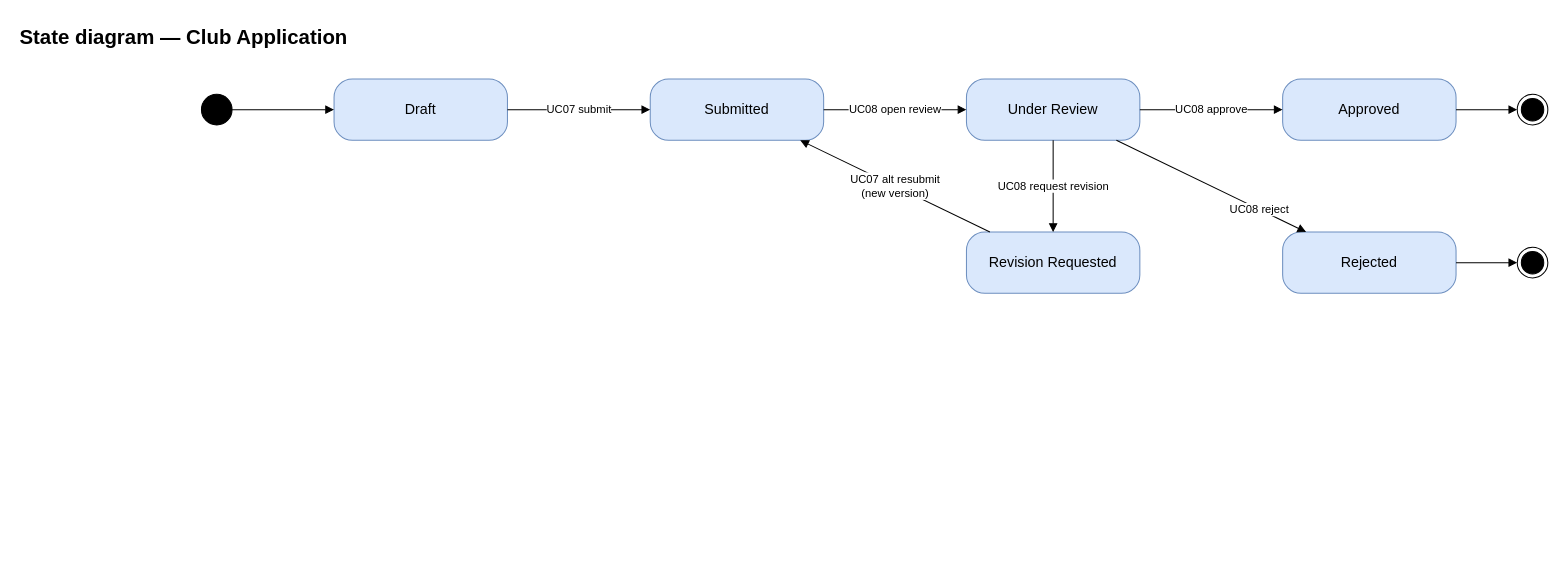
This is page "Club Application" (1 of 8) of docs/diagrams/UCMS_State_Diagrams.drawio from nvdekay/ClubManagementSystem, a draw.io file, before an edit. Source tidied: cells renumbered, new cells numbered last; positions are measured from the earlier drawing's top-left corner, leaving out a move shared by most shapes. Both pictures are drawn from the tidied source at 102%, with x=0, y=0 at pixel (17, 17).
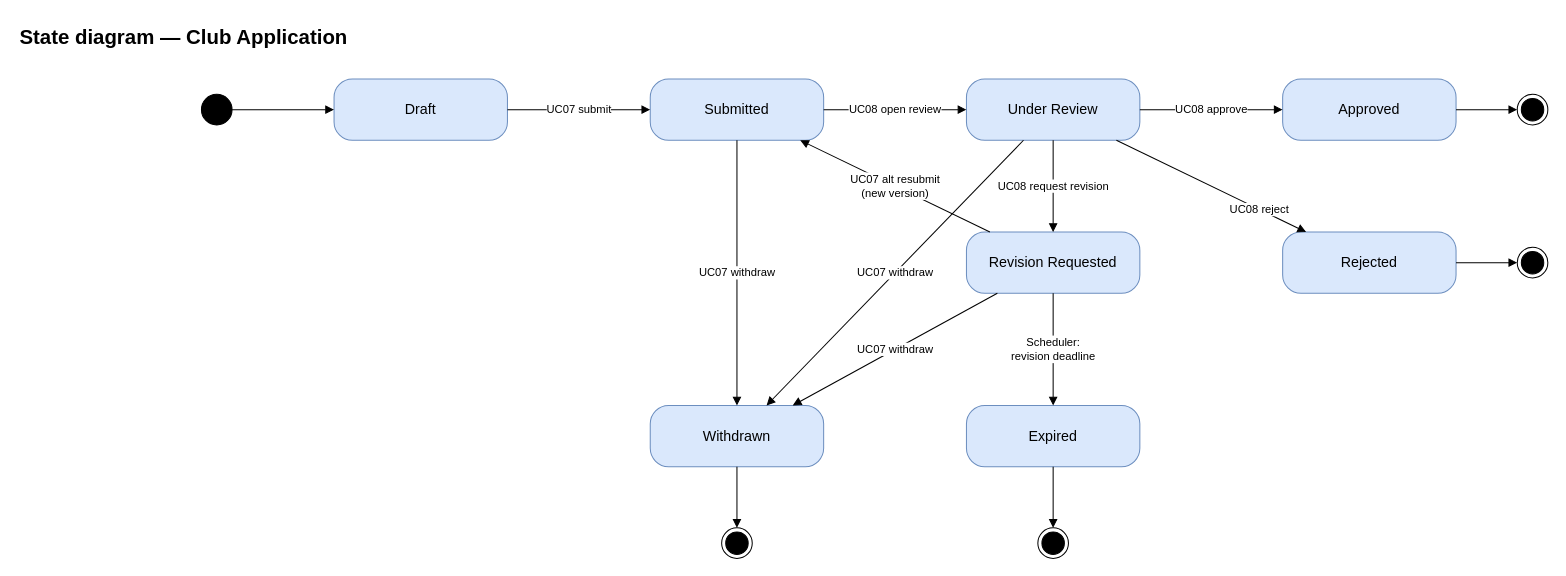
Above is the later version.

Unchanged cells that the change refers to:
```xml
<mxCell id="4" value="Submitted" style="rounded=1;arcSize=30;whiteSpace=wrap;html=1;fillColor=#dae8fc;strokeColor=#6c8ebf;fontSize=14;" parent="1" vertex="1">
  <mxGeometry x="620" y="60" width="170" height="60" as="geometry" />
</mxCell>
<mxCell id="5" value="Under Review" style="rounded=1;arcSize=30;whiteSpace=wrap;html=1;fillColor=#dae8fc;strokeColor=#6c8ebf;fontSize=14;" parent="1" vertex="1">
  <mxGeometry x="930" y="60" width="170" height="60" as="geometry" />
</mxCell>
<mxCell id="6" value="Revision Requested" style="rounded=1;arcSize=30;whiteSpace=wrap;html=1;fillColor=#dae8fc;strokeColor=#6c8ebf;fontSize=14;" parent="1" vertex="1">
  <mxGeometry x="930" y="210" width="170" height="60" as="geometry" />
</mxCell>
```

What changed in the source:
```diff
@@
+    <mxCell id="21" value="Withdrawn" style="rounded=1;arcSize=30;whiteSpace=wrap;html=1;fillColor=#dae8fc;strokeColor=#6c8ebf;fontSize=14;" parent="1" vertex="1">
+      <mxGeometry x="620" y="380" width="170" height="60" as="geometry" />
+    </mxCell>
+    <mxCell id="22" value="Expired" style="rounded=1;arcSize=30;whiteSpace=wrap;html=1;fillColor=#dae8fc;strokeColor=#6c8ebf;fontSize=14;" parent="1" vertex="1">
+      <mxGeometry x="930" y="380" width="170" height="60" as="geometry" />
+    </mxCell>
+    <mxCell id="23" style="ellipse;html=1;shape=endState;fillColor=#000000;strokeColor=#000000;" parent="1" vertex="1">
+      <mxGeometry x="690" y="500" width="30" height="30" as="geometry" />
+    </mxCell>
+    <mxCell id="24" style="ellipse;html=1;shape=endState;fillColor=#000000;strokeColor=#000000;" parent="1" vertex="1">
+      <mxGeometry x="1000" y="500" width="30" height="30" as="geometry" />
+    </mxCell>
+    <mxCell id="25" value="UC07 withdraw" style="endArrow=block;endFill=1;html=1;rounded=0;fontSize=11;labelBackgroundColor=#ffffff;" parent="1" edge="1" source="4" target="21">
+      <mxGeometry relative="1" as="geometry" />
+    </mxCell>
+    <mxCell id="26" value="UC07 withdraw" style="endArrow=block;endFill=1;html=1;rounded=0;fontSize=11;labelBackgroundColor=#ffffff;" parent="1" edge="1" source="5" target="21">
+      <mxGeometry relative="1" as="geometry" />
+    </mxCell>
+    <mxCell id="27" value="UC07 withdraw" style="endArrow=block;endFill=1;html=1;rounded=0;fontSize=11;labelBackgroundColor=#ffffff;" parent="1" edge="1" source="6" target="21">
+      <mxGeometry relative="1" as="geometry" />
+    </mxCell>
+    <mxCell id="28" value="Scheduler:&lt;br&gt;revision deadline" style="endArrow=block;endFill=1;html=1;rounded=0;fontSize=11;labelBackgroundColor=#ffffff;" parent="1" edge="1" source="6" target="22">
+      <mxGeometry relative="1" as="geometry" />
+    </mxCell>
+    <mxCell id="29" style="endArrow=block;endFill=1;html=1;rounded=0;fontSize=11;labelBackgroundColor=#ffffff;" parent="1" edge="1" source="21" target="23">
+      <mxGeometry relative="1" as="geometry" />
+    </mxCell>
+    <mxCell id="30" style="endArrow=block;endFill=1;html=1;rounded=0;fontSize=11;labelBackgroundColor=#ffffff;" parent="1" edge="1" source="22" target="24">
+      <mxGeometry relative="1" as="geometry" />
+    </mxCell>
```
